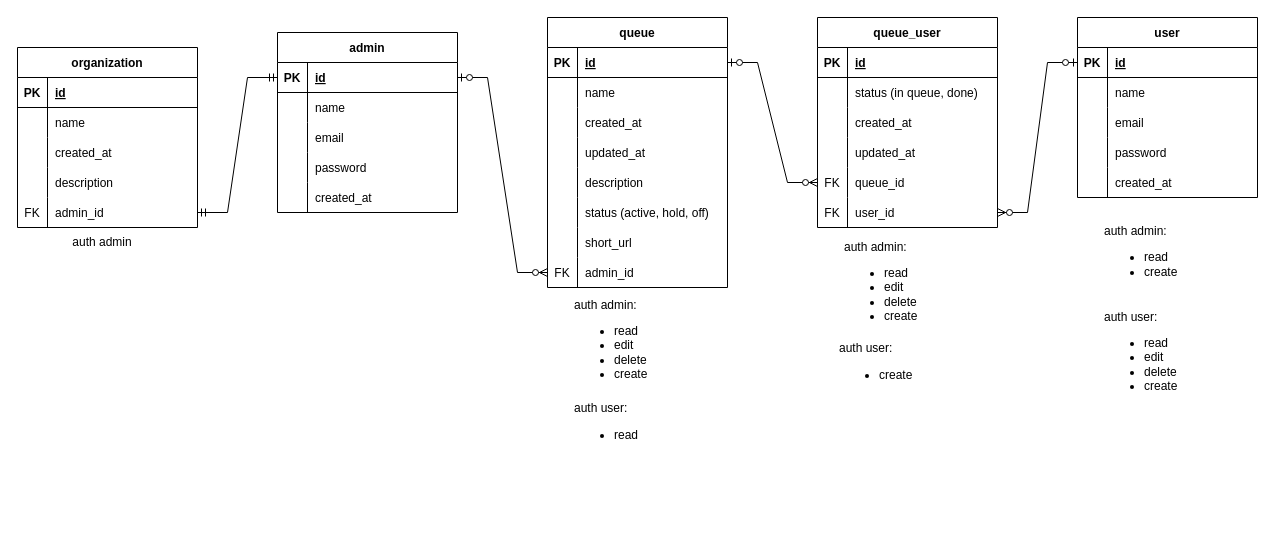
This is page "Page-2" (2 of 2) of antriin-erd.drawio from firdausraginda/antriin.id, a draw.io file, before an edit. Source tidied: cells renumbered, new cells numbered last; positions are measured from the earlier drawing's top-left corner, leaving out a move shared by most shapes. Both pictures are drawn from the tidied source at 100%, with x=0, y=0 at pixel (17, 17).
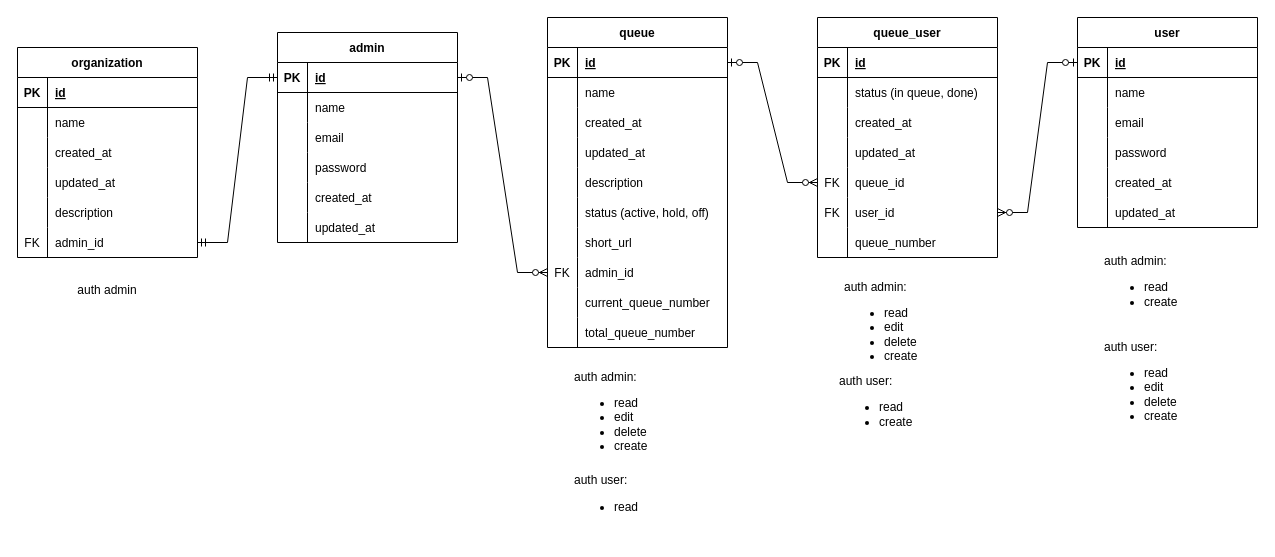
Above is the later version.

What changed in the source:
```diff
@@
     <mxCell id="2" value="queue" style="shape=table;startSize=30;childLayout=tableLayout;rowLines=0;fontStyle=1;align=center;" parent="1" vertex="1">
-      <mxGeometry x="530" width="180" height="270" as="geometry" />
+      <mxGeometry x="530" width="180" height="330" as="geometry" />
     </mxCell>
@@
+    <mxCell id="105" style="shape=tableRow;horizontal=0;startSize=0;swimlaneHead=0;swimlaneBody=0;fillColor=none;top=0;left=0;right=0;bottom=0;" parent="2" vertex="1">
+      <mxGeometry y="270" width="180" height="30" as="geometry" />
+    </mxCell>
+    <mxCell id="106" style="shape=partialRectangle;fillColor=none;top=0;left=0;bottom=0;right=0;overflow=hidden;" parent="105" vertex="1">
+      <mxGeometry width="30" height="30" as="geometry" />
+    </mxCell>
+    <mxCell id="107" value="current_queue_number" style="shape=partialRectangle;fillColor=none;top=0;left=0;bottom=0;right=0;align=left;spacingLeft=6;overflow=hidden;" parent="105" vertex="1">
+      <mxGeometry x="30" width="150" height="30" as="geometry" />
+    </mxCell>
+    <mxCell id="108" style="shape=tableRow;horizontal=0;startSize=0;swimlaneHead=0;swimlaneBody=0;fillColor=none;top=0;left=0;right=0;bottom=0;" parent="2" vertex="1">
+      <mxGeometry y="300" width="180" height="30" as="geometry" />
+    </mxCell>
+    <mxCell id="109" style="shape=partialRectangle;fillColor=none;top=0;left=0;bottom=0;right=0;overflow=hidden;" parent="108" vertex="1">
+      <mxGeometry width="30" height="30" as="geometry" />
+    </mxCell>
+    <mxCell id="110" value="total_queue_number" style="shape=partialRectangle;fillColor=none;top=0;left=0;bottom=0;right=0;align=left;spacingLeft=6;overflow=hidden;" parent="108" vertex="1">
+      <mxGeometry x="30" width="150" height="30" as="geometry" />
+    </mxCell>
     <mxCell id="27" value="admin" style="shape=table;startSize=30;childLayout=tableLayout;rowLines=0;fontStyle=1;align=center;" parent="1" vertex="1">
-      <mxGeometry x="260" y="15" width="180" height="180" as="geometry" />
+      <mxGeometry x="260" y="15" width="180" height="210" as="geometry" />
     </mxCell>
@@
+    <mxCell id="111" style="shape=tableRow;horizontal=0;startSize=0;swimlaneHead=0;swimlaneBody=0;fillColor=none;top=0;left=0;right=0;bottom=0;" parent="27" vertex="1">
+      <mxGeometry y="180" width="180" height="30" as="geometry" />
+    </mxCell>
+    <mxCell id="112" style="shape=partialRectangle;fillColor=none;top=0;left=0;bottom=0;right=0;overflow=hidden;" parent="111" vertex="1">
+      <mxGeometry width="30" height="30" as="geometry" />
+    </mxCell>
+    <mxCell id="113" value="updated_at" style="shape=partialRectangle;fillColor=none;top=0;left=0;bottom=0;right=0;align=left;spacingLeft=6;overflow=hidden;" parent="111" vertex="1">
+      <mxGeometry x="30" width="150" height="30" as="geometry" />
+    </mxCell>
     <mxCell id="43" value="organization" style="shape=table;startSize=30;childLayout=tableLayout;rowLines=0;fontStyle=1;align=center;" parent="1" vertex="1">
-      <mxGeometry y="30" width="180" height="180" as="geometry" />
+      <mxGeometry y="30" width="180" height="210" as="geometry" />
     </mxCell>
@@
+    <mxCell id="114" style="shape=tableRow;horizontal=0;startSize=0;swimlaneHead=0;swimlaneBody=0;fillColor=none;top=0;left=0;right=0;bottom=0;" parent="43" vertex="1">
+      <mxGeometry y="120" width="180" height="30" as="geometry" />
+    </mxCell>
+    <mxCell id="115" style="shape=partialRectangle;fillColor=none;top=0;left=0;bottom=0;right=0;overflow=hidden;" parent="114" vertex="1">
+      <mxGeometry width="30" height="30" as="geometry" />
+    </mxCell>
+    <mxCell id="116" value="updated_at" style="shape=partialRectangle;fillColor=none;top=0;left=0;bottom=0;right=0;align=left;spacingLeft=6;overflow=hidden;" parent="114" vertex="1">
+      <mxGeometry x="30" width="150" height="30" as="geometry" />
+    </mxCell>
     <mxCell id="53" style="shape=tableRow;horizontal=0;startSize=0;swimlaneHead=0;swimlaneBody=0;fillColor=none;top=0;left=0;right=0;bottom=0;" parent="43" vertex="1">
-      <mxGeometry y="120" width="180" height="30" as="geometry" />
+      <mxGeometry y="150" width="180" height="30" as="geometry" />
     </mxCell>
@@
     <mxCell id="56" style="shape=tableRow;horizontal=0;startSize=0;swimlaneHead=0;swimlaneBody=0;fillColor=none;points=[[0,0.5],[1,0.5]];portConstraint=eastwest;top=0;left=0;right=0;bottom=0;" parent="43" vertex="1">
-      <mxGeometry y="150" width="180" height="30" as="geometry" />
+      <mxGeometry y="180" width="180" height="30" as="geometry" />
     </mxCell>
@@
     <mxCell id="59" value="user" style="shape=table;startSize=30;childLayout=tableLayout;rowLines=0;fontStyle=1;align=center;" parent="1" vertex="1">
-      <mxGeometry x="1060" width="180" height="180" as="geometry" />
+      <mxGeometry x="1060" width="180" height="210" as="geometry" />
     </mxCell>
@@
+    <mxCell id="117" style="shape=tableRow;horizontal=0;startSize=0;swimlaneHead=0;swimlaneBody=0;fillColor=none;top=0;left=0;right=0;bottom=0;" parent="59" vertex="1">
+      <mxGeometry y="180" width="180" height="30" as="geometry" />
+    </mxCell>
+    <mxCell id="118" style="shape=partialRectangle;fillColor=none;top=0;left=0;bottom=0;right=0;overflow=hidden;" parent="117" vertex="1">
+      <mxGeometry width="30" height="30" as="geometry" />
+    </mxCell>
+    <mxCell id="119" value="updated_at" style="shape=partialRectangle;fillColor=none;top=0;left=0;bottom=0;right=0;align=left;spacingLeft=6;overflow=hidden;" parent="117" vertex="1">
+      <mxGeometry x="30" width="150" height="30" as="geometry" />
+    </mxCell>
     <mxCell id="75" value="queue_user" style="shape=table;startSize=30;childLayout=tableLayout;rowLines=0;fontStyle=1;align=center;" parent="1" vertex="1">
-      <mxGeometry x="800" width="180" height="210" as="geometry" />
+      <mxGeometry x="800" width="180" height="240" as="geometry" />
     </mxCell>
@@
+    <mxCell id="120" style="shape=tableRow;horizontal=0;startSize=0;swimlaneHead=0;swimlaneBody=0;fillColor=none;top=0;left=0;right=0;bottom=0;" parent="75" vertex="1">
+      <mxGeometry y="210" width="180" height="30" as="geometry" />
+    </mxCell>
+    <mxCell id="121" style="shape=partialRectangle;fillColor=none;top=0;left=0;bottom=0;right=0;overflow=hidden;" parent="120" vertex="1">
+      <mxGeometry width="30" height="30" as="geometry" />
+    </mxCell>
+    <mxCell id="122" value="queue_number" style="shape=partialRectangle;fillColor=none;top=0;left=0;bottom=0;right=0;align=left;spacingLeft=6;overflow=hidden;" parent="120" vertex="1">
+      <mxGeometry x="30" width="150" height="30" as="geometry" />
+    </mxCell>
@@
     <mxCell id="98" value="auth admin" style="text;html=1;strokeColor=none;fillColor=none;align=center;verticalAlign=middle;whiteSpace=wrap;rounded=0;" parent="1" vertex="1">
-      <mxGeometry x="20" y="210" width="130" height="30" as="geometry" />
+      <mxGeometry x="25" y="258" width="130" height="30" as="geometry" />
     </mxCell>
     <mxCell id="99" value="&lt;div&gt;auth admin:&lt;/div&gt;&lt;div&gt;&lt;ul&gt;&lt;li&gt;read&lt;/li&gt;&lt;li&gt;edit&lt;/li&gt;&lt;li&gt;delete&lt;/li&gt;&lt;li&gt;create&lt;/li&gt;&lt;/ul&gt;&lt;/div&gt;" style="text;html=1;align=left;verticalAlign=middle;whiteSpace=wrap;rounded=0;" parent="1" vertex="1">
-      <mxGeometry x="555" y="288" width="130" height="80" as="geometry" />
+      <mxGeometry x="555" y="360" width="130" height="80" as="geometry" />
     </mxCell>
     <mxCell id="100" value="auth admin:&lt;br&gt;&lt;ul&gt;&lt;li&gt;read&lt;/li&gt;&lt;li&gt;edit&lt;/li&gt;&lt;li&gt;delete&lt;/li&gt;&lt;li&gt;create&lt;/li&gt;&lt;/ul&gt;" style="text;html=1;strokeColor=none;fillColor=none;align=left;verticalAlign=middle;whiteSpace=wrap;rounded=0;" parent="1" vertex="1">
-      <mxGeometry x="825" y="230" width="130" height="80" as="geometry" />
+      <mxGeometry x="825" y="270" width="130" height="80" as="geometry" />
     </mxCell>
     <mxCell id="101" value="&lt;div&gt;auth user:&lt;/div&gt;&lt;div&gt;&lt;ul&gt;&lt;li&gt;read&lt;/li&gt;&lt;/ul&gt;&lt;/div&gt;" style="text;html=1;align=left;verticalAlign=middle;whiteSpace=wrap;rounded=0;" parent="1" vertex="1">
-      <mxGeometry x="555" y="370" width="130" height="80" as="geometry" />
+      <mxGeometry x="555" y="442" width="130" height="80" as="geometry" />
     </mxCell>
     <mxCell id="102" value="auth admin:&lt;br&gt;&lt;ul&gt;&lt;li&gt;read&lt;/li&gt;&lt;li&gt;create&lt;/li&gt;&lt;/ul&gt;" style="text;html=1;strokeColor=none;fillColor=none;align=left;verticalAlign=middle;whiteSpace=wrap;rounded=0;" parent="1" vertex="1">
-      <mxGeometry x="1085" y="200" width="130" height="80" as="geometry" />
+      <mxGeometry x="1085" y="230" width="130" height="80" as="geometry" />
     </mxCell>
     <mxCell id="103" value="auth user:&lt;br&gt;&lt;ul&gt;&lt;li&gt;read&lt;/li&gt;&lt;li&gt;edit&lt;/li&gt;&lt;li&gt;delete&lt;/li&gt;&lt;li&gt;create&lt;/li&gt;&lt;/ul&gt;" style="text;html=1;strokeColor=none;fillColor=none;align=left;verticalAlign=middle;whiteSpace=wrap;rounded=0;" parent="1" vertex="1">
-      <mxGeometry x="1085" y="300" width="130" height="80" as="geometry" />
+      <mxGeometry x="1085" y="330" width="130" height="80" as="geometry" />
     </mxCell>
-    <mxCell id="104" value="&lt;div&gt;auth user:&lt;/div&gt;&lt;div&gt;&lt;ul&gt;&lt;li&gt;create&lt;/li&gt;&lt;/ul&gt;&lt;/div&gt;" style="text;html=1;align=left;verticalAlign=middle;whiteSpace=wrap;rounded=0;" parent="1" vertex="1">
-      <mxGeometry x="820" y="310" width="130" height="80" as="geometry" />
+    <mxCell id="104" value="&lt;div&gt;auth user:&lt;/div&gt;&lt;div&gt;&lt;ul&gt;&lt;li&gt;read&lt;/li&gt;&lt;li&gt;create&lt;/li&gt;&lt;/ul&gt;&lt;/div&gt;" style="text;html=1;align=left;verticalAlign=middle;whiteSpace=wrap;rounded=0;" parent="1" vertex="1">
+      <mxGeometry x="820" y="350" width="130" height="80" as="geometry" />
     </mxCell>
```
